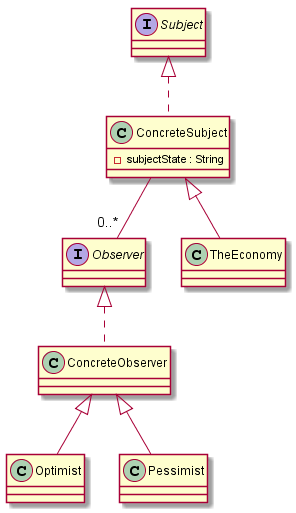
This is JavaUMLParser/src/test/resources/Test-Case-4/output.png from MeenakshiParyani/CMPE-202, a PlantUML export, as it was before one commit.
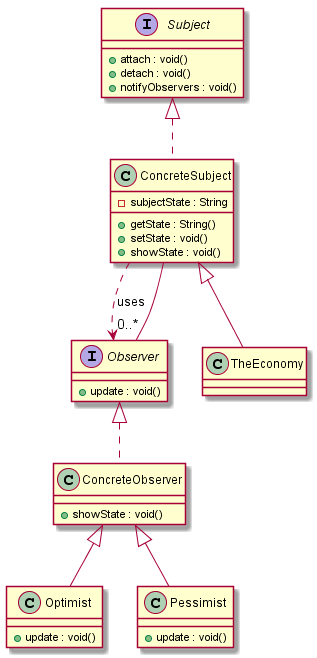
The same file after the commit.

The edit, as a diff of the source:
```diff
@@ -1,25 +1,36 @@
 @startuml
 class ConcreteObserver implements Observer {
+ +showState : void()
 }
 
 class ConcreteSubject implements Subject {
  -subjectState : String
+ +getState : String()
+ +setState : void()
+ +showState : void()
 }
 
 interface Observer {
+ +update : void()
 }
 
 class Optimist extends ConcreteObserver {
+ +update : void()
 }
 
 class Pessimist extends ConcreteObserver {
+ +update : void()
 }
 
 interface Subject {
+ +attach : void()
+ +detach : void()
+ +notifyObservers : void()
 }
 
 class TheEconomy extends ConcreteSubject {
 }
 
+ConcreteSubject ..> Observer : uses
 ConcreteSubject " " -- "0..*" Observer
 @enduml
```
